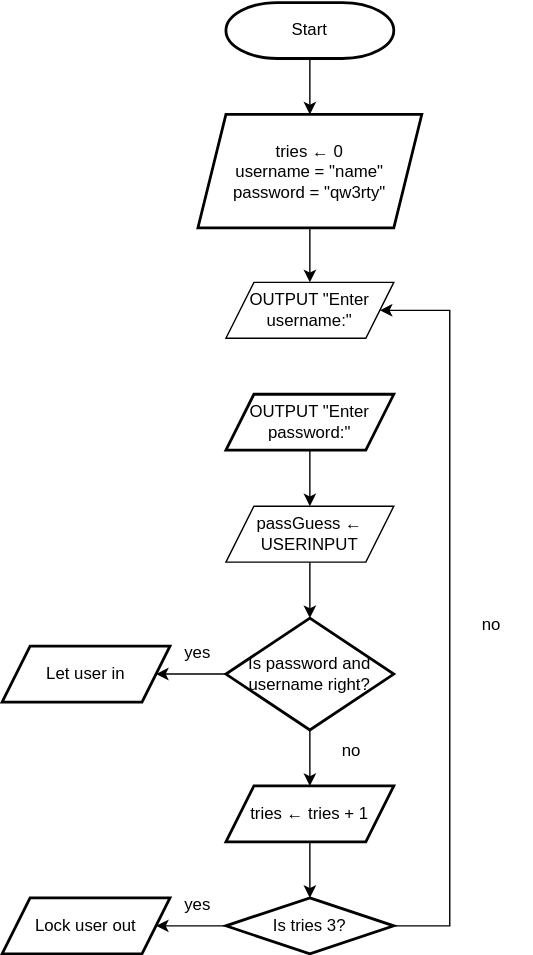
tungstengmd/drawio-diagrams keeps this draw.io diagram as 1.1.2 challenge.drawio.svg. Above is the earlier version. Source tidied: cells renumbered, new cells last; positions are measured from the earlier drawing's top-left corner, leaving out a move shared by most shapes.
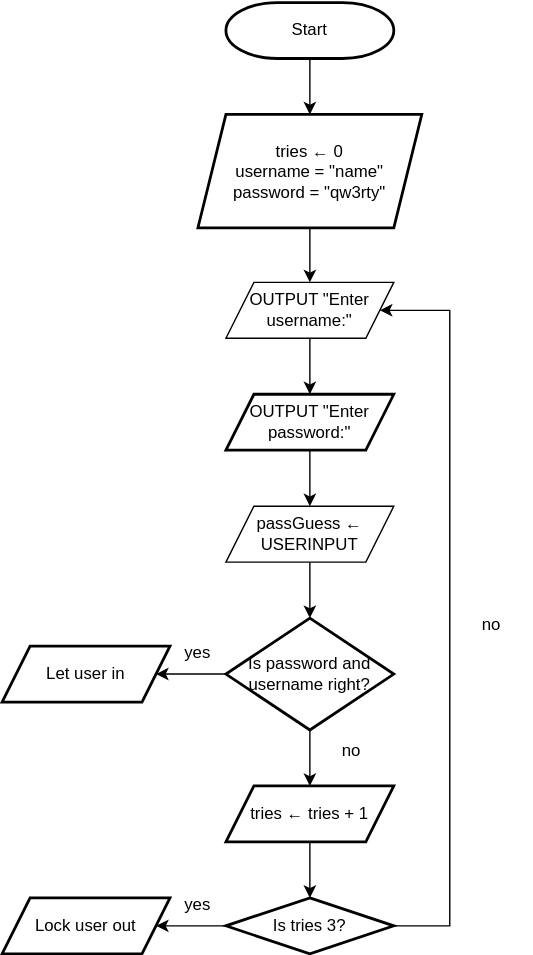
After the commit.

Change to the diagram source:
```diff
@@ -65,6 +65,9 @@
     <mxCell id="20" value="passGuess ← USERINPUT" style="shape=parallelogram;perimeter=parallelogramPerimeter;whiteSpace=wrap;html=1;fixedSize=1;" parent="1" vertex="1">
       <mxGeometry x="160" y="360" width="120" height="40" as="geometry" />
     </mxCell>
+    <mxCell id="25" style="edgeStyle=orthogonalEdgeStyle;rounded=0;jettySize=auto;html=1;" parent="1" edge="1" source="21" target="7">
+      <mxGeometry relative="1" as="geometry" />
+    </mxCell>
     <mxCell id="21" value="OUTPUT &quot;Enter username:&quot;" style="shape=parallelogram;perimeter=parallelogramPerimeter;whiteSpace=wrap;html=1;fixedSize=1;" parent="1" vertex="1">
       <mxGeometry x="160" y="200" width="120" height="40" as="geometry" />
     </mxCell>
```
